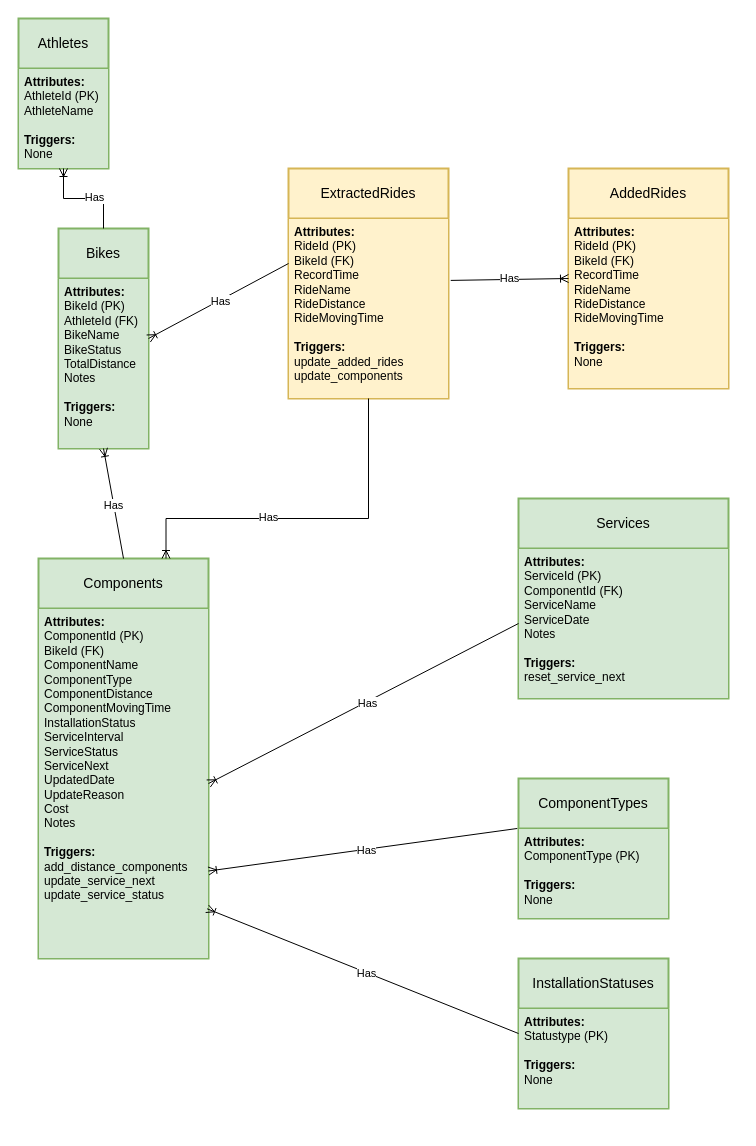
xivind/velo-supervisor-2000 keeps this draw.io diagram as page "ER diagram" (2 of 3) of docs/erd_complete.drawio. Above is the earlier version. Source tidied: cells renumbered, new cells numbered last; positions are measured from the earlier drawing's top-left corner, leaving out a move shared by most shapes. Both pictures are drawn from the tidied source at 100%, with x=0, y=0 at pixel (18, 18).
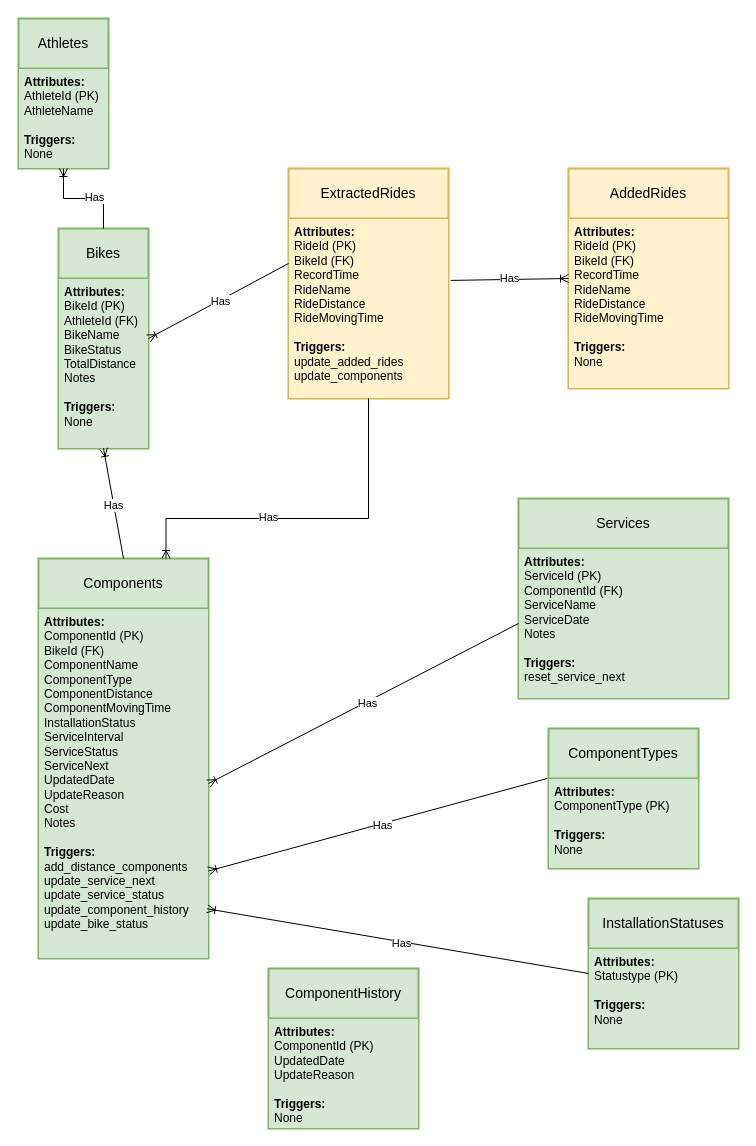
The same diagram, later.

The change refers to these unchanged cells:
```xml
<mxCell id="8" value="Components" style="swimlane;horizontal=1;startSize=50;rounded=1;fontSize=14;fontStyle=0;strokeWidth=2;shadow=0;dashed=0;align=center;arcSize=0;whiteSpace=wrap;html=1;fillColor=#d5e8d4;strokeColor=#82b366;" parent="1" vertex="1">
  <mxGeometry x="20" y="540" width="170" height="400" as="geometry" />
</mxCell>
```

What changed in the source:
```diff
@@
-    <mxCell id="9" value="&lt;div&gt;&lt;span style=&quot;background-color: initial;&quot;&gt;&lt;b&gt;Attributes:&lt;/b&gt;&lt;/span&gt;&lt;/div&gt;&lt;div&gt;&lt;span style=&quot;background-color: initial;&quot;&gt;ComponentId (PK)&lt;/span&gt;&lt;br&gt;&lt;/div&gt;&lt;div&gt;BikeId (FK)&lt;/div&gt;ComponentName&lt;div&gt;ComponentType&lt;/div&gt;&lt;div&gt;ComponentDistance&lt;br&gt;&lt;/div&gt;&lt;div&gt;ComponentMovingTime&lt;br&gt;&lt;/div&gt;&lt;div&gt;InstallationStatus&lt;/div&gt;&lt;div&gt;ServiceInterval&lt;/div&gt;&lt;div&gt;ServiceStatus&lt;/div&gt;&lt;div&gt;ServiceNext&lt;/div&gt;&lt;div&gt;&lt;span style=&quot;background-color: initial;&quot;&gt;Updated&lt;/span&gt;&lt;span style=&quot;background-color: initial;&quot;&gt;Date&lt;/span&gt;&lt;br&gt;&lt;/div&gt;&lt;div&gt;UpdateReason&lt;/div&gt;&lt;div&gt;Cost&lt;/div&gt;&lt;div&gt;Notes&lt;/div&gt;&lt;div&gt;&lt;br&gt;&lt;/div&gt;&lt;div&gt;&lt;b&gt;Triggers:&lt;/b&gt;&lt;/div&gt;&lt;div&gt;add_distance_components&lt;/div&gt;&lt;div&gt;update_service_next&lt;/div&gt;&lt;div&gt;update_service_status&lt;/div&gt;" style="align=left;strokeColor=#82b366;fillColor=#d5e8d4;spacingLeft=4;fontSize=12;verticalAlign=top;html=1;" parent="8" vertex="1">
+    <mxCell id="9" value="&lt;div&gt;&lt;span style=&quot;background-color: initial;&quot;&gt;&lt;b&gt;Attributes:&lt;/b&gt;&lt;/span&gt;&lt;/div&gt;&lt;div&gt;&lt;span style=&quot;background-color: initial;&quot;&gt;ComponentId (PK)&lt;/span&gt;&lt;br&gt;&lt;/div&gt;&lt;div&gt;BikeId (FK)&lt;/div&gt;ComponentName&lt;div&gt;ComponentType&lt;/div&gt;&lt;div&gt;ComponentDistance&lt;br&gt;&lt;/div&gt;&lt;div&gt;ComponentMovingTime&lt;br&gt;&lt;/div&gt;&lt;div&gt;InstallationStatus&lt;/div&gt;&lt;div&gt;ServiceInterval&lt;/div&gt;&lt;div&gt;ServiceStatus&lt;/div&gt;&lt;div&gt;ServiceNext&lt;/div&gt;&lt;div&gt;&lt;span style=&quot;background-color: initial;&quot;&gt;Updated&lt;/span&gt;&lt;span style=&quot;background-color: initial;&quot;&gt;Date&lt;/span&gt;&lt;br&gt;&lt;/div&gt;&lt;div&gt;UpdateReason&lt;/div&gt;&lt;div&gt;Cost&lt;/div&gt;&lt;div&gt;Notes&lt;/div&gt;&lt;div&gt;&lt;br&gt;&lt;/div&gt;&lt;div&gt;&lt;b&gt;Triggers:&lt;/b&gt;&lt;/div&gt;&lt;div&gt;add_distance_components&lt;/div&gt;&lt;div&gt;update_service_next&lt;/div&gt;&lt;div&gt;update_service_status&lt;/div&gt;&lt;div&gt;update_component_history&lt;/div&gt;&lt;div&gt;update_bike_status&lt;/div&gt;" style="align=left;strokeColor=#82b366;fillColor=#d5e8d4;spacingLeft=4;fontSize=12;verticalAlign=top;html=1;" parent="8" vertex="1">
       <mxGeometry y="50" width="170" height="350" as="geometry" />
     </mxCell>
@@
     <mxCell id="24" value="InstallationStatuses" style="swimlane;horizontal=1;startSize=50;rounded=1;fontSize=14;fontStyle=0;strokeWidth=2;shadow=0;dashed=0;align=center;arcSize=0;whiteSpace=wrap;html=1;fillColor=#d5e8d4;strokeColor=#82b366;" parent="1" vertex="1">
-      <mxGeometry x="500" y="940" width="150" height="150" as="geometry" />
+      <mxGeometry x="570" y="880" width="150" height="150" as="geometry" />
     </mxCell>
@@
     <mxCell id="26" value="ComponentTypes" style="swimlane;horizontal=1;startSize=50;rounded=1;fontSize=14;fontStyle=0;strokeWidth=2;shadow=0;dashed=0;align=center;arcSize=0;whiteSpace=wrap;html=1;fillColor=#d5e8d4;strokeColor=#82b366;" parent="1" vertex="1">
-      <mxGeometry x="500" y="760" width="150" height="140" as="geometry" />
+      <mxGeometry x="530" y="710" width="150" height="140" as="geometry" />
     </mxCell>
@@
+    <mxCell id="34" value="ComponentHistory" style="swimlane;horizontal=1;startSize=50;rounded=1;fontSize=14;fontStyle=0;strokeWidth=2;shadow=0;dashed=0;align=center;arcSize=0;whiteSpace=wrap;html=1;fillColor=#d5e8d4;strokeColor=#82b366;" parent="1" vertex="1">
+      <mxGeometry x="250" y="950" width="150" height="160" as="geometry" />
+    </mxCell>
+    <mxCell id="35" value="&lt;div&gt;&lt;b&gt;Attributes:&lt;/b&gt;&lt;br&gt;&lt;/div&gt;&lt;div&gt;ComponentId (PK)&lt;/div&gt;&lt;div&gt;UpdatedDate&lt;/div&gt;&lt;div&gt;UpdateReason&lt;/div&gt;&lt;div&gt;&lt;br&gt;&lt;/div&gt;&lt;div&gt;&lt;div&gt;&lt;b&gt;Triggers:&lt;/b&gt;&lt;br&gt;&lt;/div&gt;&lt;div&gt;None&lt;/div&gt;&lt;/div&gt;" style="align=left;strokeColor=#82b366;fillColor=#d5e8d4;spacingLeft=4;fontSize=12;verticalAlign=top;html=1;" parent="34" vertex="1">
+      <mxGeometry y="50" width="150" height="110" as="geometry" />
+    </mxCell>
```
